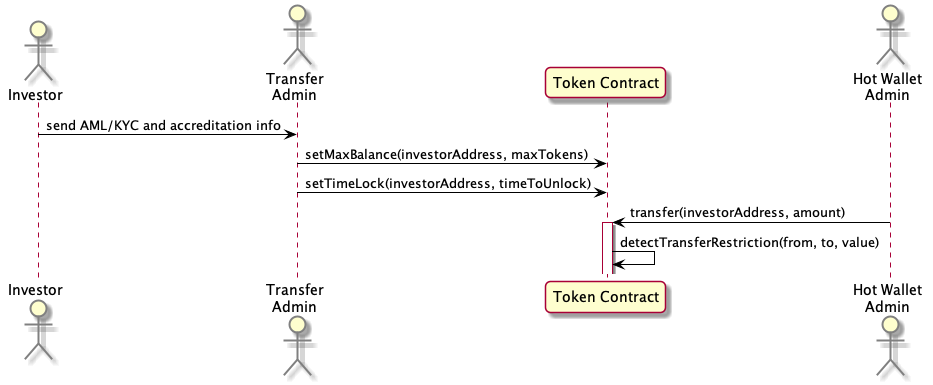
This is docs/plant-uml-diagrams/basic-issuance.png from melmel27/comakery, a PlantUML export, as it was before one commit.
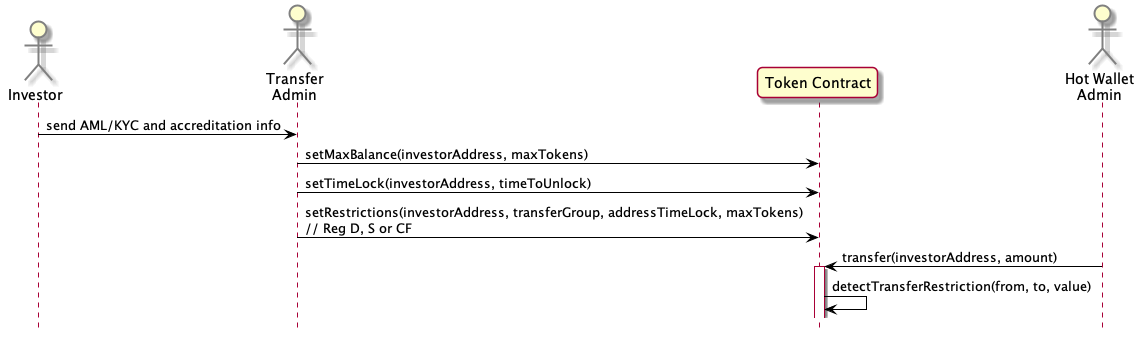
Above is the later version.

Change to the diagram source:
```diff
@@ -1,4 +1,5 @@
 @startuml basic-issuance
+hide footbox
 skinparam roundcorner 10
 skinparam ArrowColor black
 skinparam actor {
@@ -12,7 +13,9 @@
 Investor -> TAdmin: send AML/KYC and accreditation info
 TAdmin -> Token: setMaxBalance(investorAddress, maxTokens)
 TAdmin -> Token: setTimeLock(investorAddress, timeToUnlock)
+TAdmin -> Token: setRestrictions(investorAddress, transferGroup, addressTimeLock, maxTokens)\n// Reg D, S or CF
 HAdmin -> Token: transfer(investorAddress, amount)
 activate Token
 Token -> Token: detectTransferRestriction(from, to, value)
+
 @enduml
```
